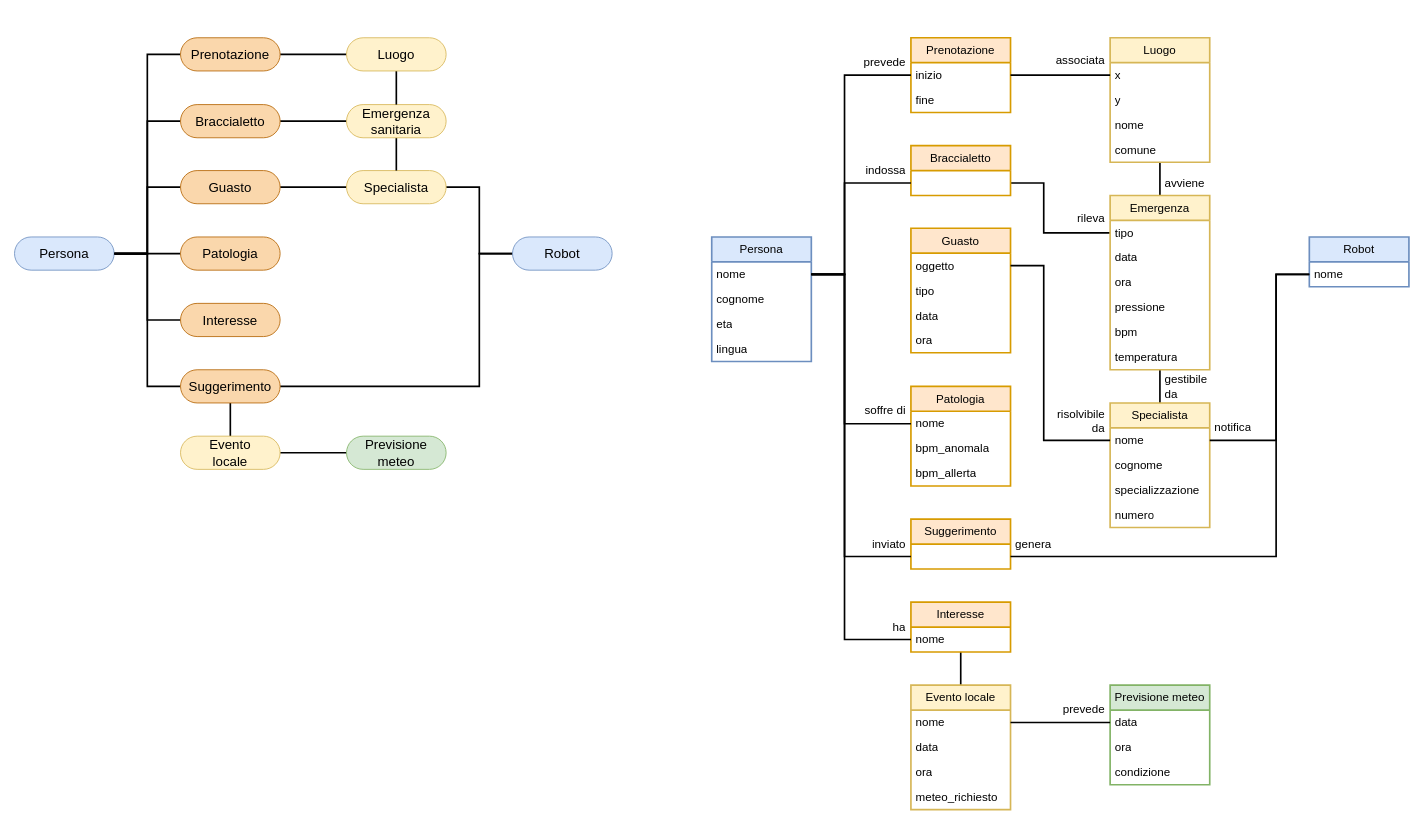
The draw.io diagram KB/ontology.drawio in A-rgonaut/LM-32_HrR_Hotel-receptionist_Robot, before the edit. Source tidied: cells renumbered, new cells numbered last; positions are measured from the earlier drawing's top-left corner, leaving out a move shared by most shapes. Both pictures are drawn from the tidied source at 83%, with x=0, y=0 at pixel (14, 37).
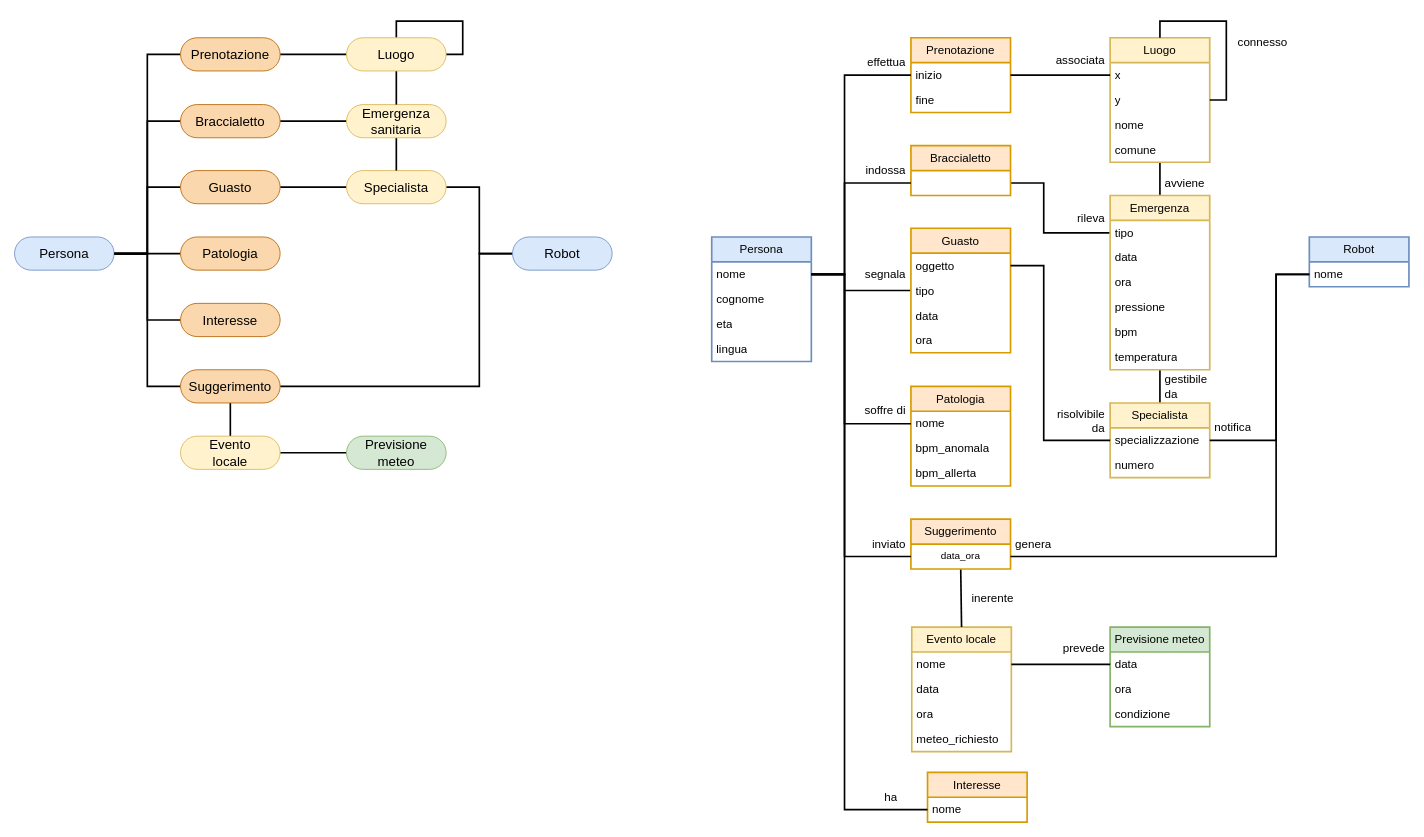
After the change.

The change refers to these unchanged cells:
```xml
<mxCell id="26" value="Luogo" style="rounded=1;whiteSpace=wrap;html=1;fillColor=#fff2cc;strokeColor=#d6b656;arcSize=50;fontSize=16;fontFamily=Cambria;" parent="1" vertex="1">
  <mxGeometry x="400" width="120" height="40" as="geometry" />
</mxCell>
<mxCell id="31" value="nome" style="text;strokeColor=none;fillColor=none;align=left;verticalAlign=middle;spacingLeft=4;spacingRight=4;overflow=hidden;points=[[0,0.5],[1,0.5]];portConstraint=eastwest;whiteSpace=wrap;html=1;fontSize=14;fontFamily=Cambria;strokeWidth=2;" parent="30" vertex="1">
  <mxGeometry y="30" width="120" height="30" as="geometry" />
</mxCell>
<mxCell id="44" value="Guasto" style="swimlane;fontStyle=0;horizontal=1;startSize=30;whiteSpace=wrap;html=1;fontSize=14;fontFamily=Cambria;fillColor=#ffe6cc;strokeColor=#d79b00;strokeWidth=2;" parent="1" vertex="1">
  <mxGeometry x="1080" y="229.5" width="120" height="150" as="geometry" />
</mxCell>
<mxCell id="45" value="oggetto" style="text;strokeColor=none;fillColor=none;align=left;verticalAlign=middle;spacingLeft=4;spacingRight=4;overflow=hidden;points=[[0,0.5],[1,0.5]];portConstraint=eastwest;whiteSpace=wrap;html=1;fontSize=14;fontFamily=Cambria;strokeWidth=2;" parent="44" vertex="1">
  <mxGeometry y="30" width="120" height="30" as="geometry" />
</mxCell>
<mxCell id="51" value="nome" style="text;strokeColor=none;fillColor=none;align=left;verticalAlign=middle;spacingLeft=4;spacingRight=4;overflow=hidden;points=[[0,0.5],[1,0.5]];portConstraint=eastwest;whiteSpace=wrap;html=1;fontSize=14;fontFamily=Cambria;strokeWidth=2;" parent="50" vertex="1">
  <mxGeometry y="30" width="120" height="30" as="geometry" />
</mxCell>
<mxCell id="53" value="Luogo" style="swimlane;fontStyle=0;horizontal=1;startSize=30;whiteSpace=wrap;html=1;fontSize=14;fontFamily=Cambria;fillColor=#fff2cc;strokeColor=#d6b656;strokeWidth=2;" parent="1" vertex="1">
  <mxGeometry x="1320" width="120" height="150" as="geometry" />
</mxCell>
<mxCell id="55" value="y" style="text;strokeColor=none;fillColor=none;align=left;verticalAlign=middle;spacingLeft=4;spacingRight=4;overflow=hidden;points=[[0,0.5],[1,0.5]];portConstraint=eastwest;whiteSpace=wrap;html=1;fontSize=14;fontFamily=Cambria;strokeWidth=2;" parent="53" vertex="1">
  <mxGeometry y="60" width="120" height="30" as="geometry" />
</mxCell>
<mxCell id="81" value="nome" style="text;strokeColor=none;fillColor=none;align=left;verticalAlign=middle;spacingLeft=4;spacingRight=4;overflow=hidden;points=[[0,0.5],[1,0.5]];portConstraint=eastwest;whiteSpace=wrap;html=1;fontSize=14;fontFamily=Cambria;strokeWidth=2;" parent="80" vertex="1">
  <mxGeometry y="30" width="120" height="30" as="geometry" />
</mxCell>
<mxCell id="87" value="Suggerimento" style="swimlane;fontStyle=0;horizontal=1;startSize=30;whiteSpace=wrap;html=1;fontSize=14;fontFamily=Cambria;fillColor=#ffe6cc;strokeColor=#d79b00;strokeWidth=2;" parent="1" vertex="1">
  <mxGeometry x="1080" y="580" width="120" height="60" as="geometry" />
</mxCell>
```

Change to the diagram source:
```diff
@@
+    <mxCell id="106" style="edgeStyle=orthogonalEdgeStyle;rounded=0;orthogonalLoop=1;jettySize=auto;html=1;entryX=0.5;entryY=0;entryDx=0;entryDy=0;strokeWidth=2;" parent="1" edge="1" source="26" target="26">
+      <mxGeometry relative="1" as="geometry">
+        <Array as="points">
+          <mxPoint x="460" y="-20" />
+          <mxPoint x="540" y="-20" />
+          <mxPoint x="540" y="20" />
+          <mxPoint x="460" y="20" />
+        </Array>
+      </mxGeometry>
+    </mxCell>
@@
+    <mxCell id="107" style="edgeStyle=orthogonalEdgeStyle;rounded=0;jettySize=auto;html=1;strokeWidth=2;endArrow=none;endFill=0;" parent="1" edge="1" source="44">
+      <mxGeometry relative="1" as="geometry">
+        <mxPoint x="1000" y="304.5" as="targetPoint" />
+      </mxGeometry>
+    </mxCell>
@@
-    <mxCell id="49" style="edgeStyle=orthogonalEdgeStyle;shape=connector;rounded=0;jettySize=auto;html=1;exitX=0.5;exitY=1;exitDx=0;exitDy=0;entryX=0.5;entryY=0;entryDx=0;entryDy=0;strokeColor=default;strokeWidth=2;align=center;verticalAlign=middle;fontFamily=Helvetica;fontSize=11;fontColor=default;labelBackgroundColor=default;startFill=0;endArrow=none;" parent="1" edge="1" source="50" target="71">
-      <mxGeometry relative="1" as="geometry" />
-    </mxCell>
     <mxCell id="50" value="Interesse" style="swimlane;fontStyle=0;horizontal=1;startSize=30;whiteSpace=wrap;html=1;fontSize=14;fontFamily=Cambria;fillColor=#ffe6cc;strokeColor=#d79b00;strokeWidth=2;" parent="1" vertex="1">
-      <mxGeometry x="1080" y="680" width="120" height="60" as="geometry" />
+      <mxGeometry x="1100" y="885" width="120" height="60" as="geometry" />
     </mxCell>
@@
+    <mxCell id="108" style="edgeStyle=orthogonalEdgeStyle;rounded=0;jettySize=auto;html=1;exitX=0.5;exitY=0;exitDx=0;exitDy=0;entryX=1;entryY=0.5;entryDx=0;entryDy=0;fillColor=#60a917;strokeColor=light-dark(#000000,#FFFFFF);endArrow=none;endFill=0;strokeWidth=2;" parent="53" edge="1" source="53" target="55">
+      <mxGeometry relative="1" as="geometry" />
+    </mxCell>
@@
     <mxCell id="66" value="Specialista" style="swimlane;fontStyle=0;horizontal=1;startSize=30;whiteSpace=wrap;html=1;fontSize=14;fontFamily=Cambria;fillColor=#fff2cc;strokeColor=#d6b656;strokeWidth=2;" parent="1" vertex="1">
-      <mxGeometry x="1320" y="440" width="120" height="150" as="geometry" />
+      <mxGeometry x="1320" y="440" width="120" height="90" as="geometry" />
     </mxCell>
-    <mxCell id="67" value="nome" style="text;strokeColor=none;fillColor=none;align=left;verticalAlign=middle;spacingLeft=4;spacingRight=4;overflow=hidden;points=[[0,0.5],[1,0.5]];portConstraint=eastwest;whiteSpace=wrap;html=1;fontSize=14;fontFamily=Cambria;strokeWidth=2;" parent="66" vertex="1">
-      <mxGeometry y="30" width="120" height="30" as="geometry" />
-    </mxCell>
-    <mxCell id="68" value="cognome" style="text;strokeColor=none;fillColor=none;align=left;verticalAlign=middle;spacingLeft=4;spacingRight=4;overflow=hidden;whiteSpace=wrap;html=1;fontSize=14;fontFamily=Cambria;strokeWidth=2;" parent="66" vertex="1">
-      <mxGeometry y="60" width="120" height="30" as="geometry" />
-    </mxCell>
     <mxCell id="69" value="specializzazione" style="text;strokeColor=none;fillColor=none;align=left;verticalAlign=middle;spacingLeft=4;spacingRight=4;overflow=hidden;whiteSpace=wrap;html=1;fontSize=14;fontFamily=Cambria;strokeWidth=2;" parent="66" vertex="1">
-      <mxGeometry y="90" width="120" height="30" as="geometry" />
+      <mxGeometry y="30" width="120" height="30" as="geometry" />
     </mxCell>
     <mxCell id="70" value="numero" style="text;strokeColor=none;fillColor=none;align=left;verticalAlign=middle;spacingLeft=4;spacingRight=4;overflow=hidden;whiteSpace=wrap;html=1;fontSize=14;fontFamily=Cambria;strokeWidth=2;" parent="66" vertex="1">
-      <mxGeometry y="120" width="120" height="30" as="geometry" />
+      <mxGeometry y="60" width="120" height="30" as="geometry" />
     </mxCell>
     <mxCell id="71" value="Evento locale" style="swimlane;fontStyle=0;horizontal=1;startSize=30;whiteSpace=wrap;html=1;fontSize=14;fontFamily=Cambria;fillColor=#fff2cc;strokeColor=#d6b656;strokeWidth=2;" parent="1" vertex="1">
-      <mxGeometry x="1080" y="780" width="120" height="150" as="geometry" />
+      <mxGeometry x="1081" y="710" width="120" height="150" as="geometry" />
     </mxCell>
@@
     <mxCell id="76" value="Previsione meteo" style="swimlane;fontStyle=0;horizontal=1;startSize=30;whiteSpace=wrap;html=1;fontSize=14;fontFamily=Cambria;fillColor=#d5e8d4;strokeColor=#82b366;strokeWidth=2;" parent="1" vertex="1">
-      <mxGeometry x="1320" y="780" width="120" height="120" as="geometry" />
+      <mxGeometry x="1320" y="710" width="120" height="120" as="geometry" />
     </mxCell>
@@
-    <mxCell id="85" style="edgeStyle=orthogonalEdgeStyle;shape=connector;rounded=0;jettySize=auto;html=1;exitX=1;exitY=0.5;exitDx=0;exitDy=0;entryX=0;entryY=0.5;entryDx=0;entryDy=0;strokeColor=default;strokeWidth=2;align=center;verticalAlign=middle;fontFamily=Helvetica;fontSize=11;fontColor=default;labelBackgroundColor=default;startFill=0;endArrow=none;" parent="1" edge="1" source="45" target="67">
+    <mxCell id="85" style="edgeStyle=orthogonalEdgeStyle;shape=connector;rounded=0;jettySize=auto;html=1;exitX=1;exitY=0.5;exitDx=0;exitDy=0;entryX=0;entryY=0.5;entryDx=0;entryDy=0;strokeColor=default;strokeWidth=2;align=center;verticalAlign=middle;fontFamily=Helvetica;fontSize=11;fontColor=default;labelBackgroundColor=default;startFill=0;endArrow=none;" parent="1" edge="1" source="45">
       <mxGeometry relative="1" as="geometry">
+        <mxPoint x="1320" y="485" as="targetPoint" />
         <Array as="points">
           <mxPoint x="1240" y="275" />
           <mxPoint x="1240" y="485" />
         </Array>
       </mxGeometry>
     </mxCell>
-    <mxCell id="86" style="edgeStyle=orthogonalEdgeStyle;shape=connector;rounded=0;jettySize=auto;html=1;exitX=0;exitY=0.5;exitDx=0;exitDy=0;entryX=1;entryY=0.5;entryDx=0;entryDy=0;strokeColor=default;strokeWidth=2;align=center;verticalAlign=middle;fontFamily=Helvetica;fontSize=11;fontColor=default;labelBackgroundColor=default;startFill=0;endArrow=none;" parent="1" edge="1" source="81" target="67">
+    <mxCell id="86" style="edgeStyle=orthogonalEdgeStyle;shape=connector;rounded=0;jettySize=auto;html=1;exitX=0;exitY=0.5;exitDx=0;exitDy=0;entryX=1;entryY=0.5;entryDx=0;entryDy=0;strokeColor=default;strokeWidth=2;align=center;verticalAlign=middle;fontFamily=Helvetica;fontSize=11;fontColor=default;labelBackgroundColor=default;startFill=0;endArrow=none;" parent="1" edge="1" source="81">
       <mxGeometry relative="1" as="geometry">
+        <mxPoint x="1440" y="485" as="targetPoint" />
         <Array as="points">
           <mxPoint x="1520" y="285" />
           <mxPoint x="1520" y="485" />
         </Array>
       </mxGeometry>
     </mxCell>
+    <mxCell id="109" style="edgeStyle=orthogonalEdgeStyle;rounded=0;jettySize=auto;html=1;exitX=0.5;exitY=1;exitDx=0;exitDy=0;entryX=0.5;entryY=0;entryDx=0;entryDy=0;endArrow=none;endFill=0;strokeWidth=2;" parent="1" edge="1" source="87" target="71">
+      <mxGeometry relative="1" as="geometry">
+        <Array as="points">
+          <mxPoint x="1140" y="710" />
+        </Array>
+      </mxGeometry>
+    </mxCell>
@@
+    <mxCell id="110" value="data_ora" style="text;html=1;whiteSpace=wrap;strokeColor=none;fillColor=none;align=center;verticalAlign=middle;rounded=0;" parent="87" vertex="1">
+      <mxGeometry y="30" width="120" height="30" as="geometry" />
+    </mxCell>
@@
     <mxCell id="91" style="edgeStyle=orthogonalEdgeStyle;shape=connector;rounded=0;jettySize=auto;html=1;exitX=1;exitY=0.5;exitDx=0;exitDy=0;entryX=0;entryY=0.5;entryDx=0;entryDy=0;strokeColor=default;strokeWidth=2;align=center;verticalAlign=middle;fontFamily=Helvetica;fontSize=11;fontColor=default;labelBackgroundColor=default;startFill=0;endArrow=none;" parent="1" edge="1" source="31" target="51">
       <mxGeometry relative="1" as="geometry">
         <Array as="points">
           <mxPoint x="1000" y="285" />
-          <mxPoint x="1000" y="725" />
+          <mxPoint x="1000" y="930" />
+          <mxPoint x="1080" y="930" />
         </Array>
       </mxGeometry>
     </mxCell>
@@
     <mxCell id="100" value="prevede" style="text;strokeColor=none;fillColor=none;align=right;verticalAlign=middle;spacingLeft=4;spacingRight=4;overflow=hidden;whiteSpace=wrap;html=1;fontSize=14;fontFamily=Cambria;strokeWidth=2;" parent="1" vertex="1">
-      <mxGeometry x="1240" y="794" width="80" height="30" as="geometry" />
+      <mxGeometry x="1240" y="720" width="80" height="30" as="geometry" />
     </mxCell>
     <mxCell id="101" value="ha" style="text;strokeColor=none;fillColor=none;align=right;verticalAlign=middle;spacingLeft=4;spacingRight=4;overflow=hidden;whiteSpace=wrap;html=1;fontSize=14;fontFamily=Cambria;strokeWidth=2;" parent="1" vertex="1">
-      <mxGeometry x="1000" y="695" width="80" height="30" as="geometry" />
+      <mxGeometry x="990" y="900" width="80" height="30" as="geometry" />
     </mxCell>
@@
-    <mxCell id="105" value="prevede" style="text;strokeColor=none;fillColor=none;align=right;verticalAlign=middle;spacingLeft=4;spacingRight=4;overflow=hidden;whiteSpace=wrap;html=1;fontSize=14;fontFamily=Cambria;strokeWidth=2;" parent="1" vertex="1">
+    <mxCell id="105" value="&lt;font style=&quot;color: light-dark(rgb(0, 0, 0), rgb(255, 255, 255));&quot;&gt;effettua&lt;/font&gt;" style="text;strokeColor=none;fillColor=none;align=right;verticalAlign=middle;spacingLeft=4;spacingRight=4;overflow=hidden;whiteSpace=wrap;html=1;fontSize=14;fontFamily=Cambria;strokeWidth=2;fontColor=#ffffff;" parent="1" vertex="1">
       <mxGeometry x="1000" y="14" width="80" height="30" as="geometry" />
     </mxCell>
+    <mxCell id="111" value="&lt;font style=&quot;color: light-dark(rgb(0, 0, 0), rgb(255, 255, 255));&quot;&gt;connesso&lt;/font&gt;" style="text;strokeColor=none;fillColor=none;align=right;verticalAlign=middle;spacingLeft=4;spacingRight=4;overflow=hidden;whiteSpace=wrap;html=1;fontSize=14;fontFamily=Cambria;strokeWidth=2;fontColor=#ffffff;" parent="1" vertex="1">
+      <mxGeometry x="1460" y="-10" width="80" height="30" as="geometry" />
+    </mxCell>
+    <mxCell id="112" value="inerente" style="text;strokeColor=none;fillColor=none;align=right;verticalAlign=middle;spacingLeft=4;spacingRight=4;overflow=hidden;whiteSpace=wrap;html=1;fontSize=14;fontFamily=Cambria;strokeWidth=2;" parent="1" vertex="1">
+      <mxGeometry x="1130" y="660" width="80" height="30" as="geometry" />
+    </mxCell>
+    <mxCell id="113" value="segnala" style="text;strokeColor=none;fillColor=none;align=right;verticalAlign=middle;spacingLeft=4;spacingRight=4;overflow=hidden;whiteSpace=wrap;html=1;fontSize=14;fontFamily=Cambria;strokeWidth=2;" parent="1" vertex="1">
+      <mxGeometry x="1000" y="270" width="80" height="30" as="geometry" />
+    </mxCell>
```
